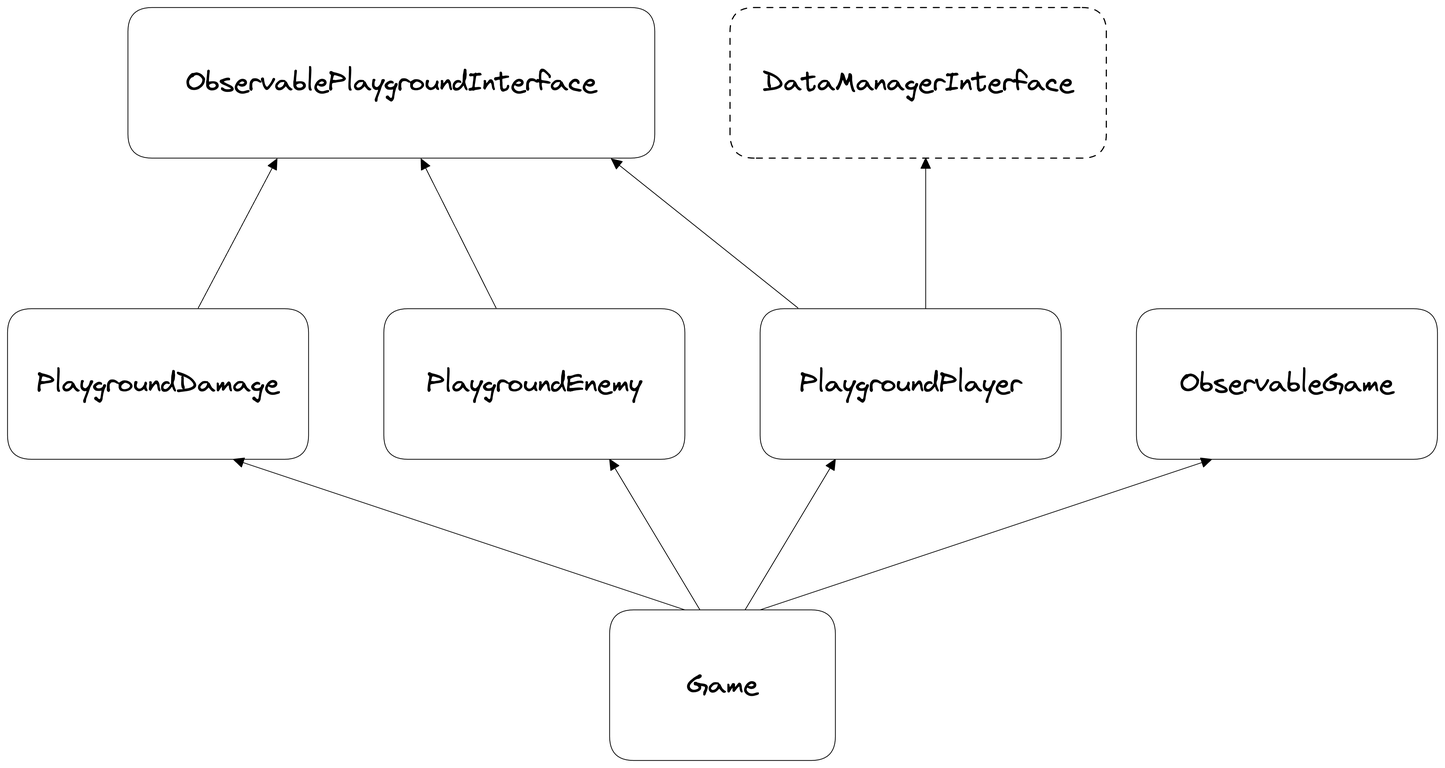
The Excalidraw diagram relazione_carlo/assets/game.png in NickP3lle/music_vs_robot, before a commit. Source tidied: one line per element, renumbered; positions are measured from the earlier drawing's top-left corner, leaving out a move shared by most shapes. Source of this version:
```json
{"id": 0, "type": "rectangle", "strokeColor": "#000000", "strokeWidth": 1, "roughness": 0, "round": true, "x": 1500, "y": 400, "width": 400, "height": 200}
{"id": 1, "type": "text", "text": "ObservableGame", "strokeColor": "#000000", "strokeWidth": 1, "roughness": 0, "fontSize": 36, "fontFamily": 1, "textAlign": "center", "verticalAlign": "middle", "inside": 0, "x": 1558, "y": 478, "width": 284, "height": 45}
{"id": 2, "type": "rectangle", "strokeColor": "#000000", "strokeWidth": 1, "roughness": 0, "round": true, "x": 160, "y": 0, "width": 700, "height": 200}
{"id": 3, "type": "text", "text": "ObservablePlaygroundInterface", "strokeColor": "#000000", "strokeWidth": 1, "roughness": 0, "fontSize": 36, "fontFamily": 1, "textAlign": "center", "verticalAlign": "middle", "inside": 2, "x": 237, "y": 78, "width": 546, "height": 45}
{"id": 4, "type": "rectangle", "strokeColor": "#000000", "strokeWidth": 1, "roughness": 0, "round": true, "x": 0, "y": 400, "width": 400, "height": 200}
{"id": 5, "type": "text", "text": "PlaygroundDamage", "strokeColor": "#000000", "strokeWidth": 1, "roughness": 0, "fontSize": 36, "fontFamily": 1, "textAlign": "center", "verticalAlign": "middle", "inside": 4, "x": 39, "y": 478, "width": 322, "height": 45}
{"id": 6, "type": "rectangle", "strokeColor": "#000000", "strokeWidth": 1, "roughness": 0, "round": true, "x": 500, "y": 400, "width": 400, "height": 200}
{"id": 7, "type": "text", "text": "PlaygroundEnemy", "strokeColor": "#000000", "strokeWidth": 1, "roughness": 0, "fontSize": 36, "fontFamily": 1, "textAlign": "center", "verticalAlign": "middle", "inside": 6, "x": 557, "y": 478, "width": 286, "height": 45}
{"id": 8, "type": "rectangle", "strokeColor": "#000000", "strokeWidth": 1, "roughness": 0, "round": true, "x": 1000, "y": 400, "width": 400, "height": 200}
{"id": 9, "type": "text", "text": "PlaygroundPlayer", "strokeColor": "#000000", "strokeWidth": 1, "roughness": 0, "fontSize": 36, "fontFamily": 1, "textAlign": "center", "verticalAlign": "middle", "inside": 8, "x": 1053, "y": 478, "width": 295, "height": 45}
{"id": 10, "type": "rectangle", "strokeColor": "#000000", "strokeWidth": 1, "roughness": 0, "round": true, "x": 800, "y": 800, "width": 300, "height": 200}
{"id": 11, "type": "text", "text": "Game", "strokeColor": "#000000", "strokeWidth": 1, "roughness": 0, "fontSize": 36, "fontFamily": 1, "textAlign": "center", "verticalAlign": "middle", "inside": 10, "x": 903, "y": 878, "width": 95, "height": 45}
{"id": 12, "type": "arrow", "strokeColor": "#000000", "strokeWidth": 1, "roughness": 0, "endArrowhead": "triangle", "round": true, "from": 4, "to": 2, "x": 253, "y": 399, "width": 105, "height": 198, "points": [[0, 0], [105, -198]]}
{"id": 13, "type": "arrow", "strokeColor": "#000000", "strokeWidth": 1, "roughness": 0, "endArrowhead": "triangle", "round": true, "from": 6, "to": 2, "x": 649, "y": 399, "width": 100, "height": 198, "points": [[0, 0], [-100, -198]]}
{"id": 14, "type": "arrow", "strokeColor": "#000000", "strokeWidth": 1, "roughness": 0, "endArrowhead": "triangle", "round": true, "from": 8, "to": 2, "x": 1050, "y": 399, "width": 248, "height": 198, "points": [[0, 0], [-248, -198]]}
{"id": 15, "type": "arrow", "strokeColor": "#000000", "strokeWidth": 1, "roughness": 0, "endArrowhead": "triangle", "round": true, "from": 10, "to": 4, "x": 900, "y": 800, "width": 600, "height": 200, "points": [[0, 0], [-600, -200]]}
{"id": 16, "type": "arrow", "strokeColor": "#000000", "strokeWidth": 1, "roughness": 0, "endArrowhead": "triangle", "round": true, "from": 10, "to": 6, "x": 920, "y": 800, "width": 120, "height": 200, "points": [[0, 0], [-120, -200]]}
{"id": 17, "type": "arrow", "strokeColor": "#000000", "strokeWidth": 1, "roughness": 0, "endArrowhead": "triangle", "round": true, "from": 10, "to": 8, "x": 980, "y": 800, "width": 120, "height": 200, "points": [[0, 0], [120, -200]]}
{"id": 18, "type": "arrow", "strokeColor": "#000000", "strokeWidth": 1, "roughness": 0, "endArrowhead": "triangle", "round": true, "from": 10, "to": 0, "x": 1000, "y": 800, "width": 600, "height": 200, "points": [[0, 0], [600, -200]]}
{"id": 19, "type": "rectangle", "strokeColor": "#000000", "strokeWidth": 1, "strokeStyle": "dashed", "roughness": 0, "round": true, "x": 960, "y": 0, "width": 500, "height": 200}
{"id": 20, "type": "text", "text": "DataManagerInterface", "strokeColor": "#000000", "strokeWidth": 1, "roughness": 0, "fontSize": 36, "fontFamily": 1, "textAlign": "center", "verticalAlign": "middle", "inside": 19, "x": 1003, "y": 78, "width": 413, "height": 45}
{"id": 21, "type": "arrow", "strokeColor": "#000000", "strokeWidth": 1, "roughness": 0, "endArrowhead": "triangle", "round": true, "x": 1220, "y": 400, "width": 0, "height": 200, "points": [[0, 0], [0, -200]]}
```
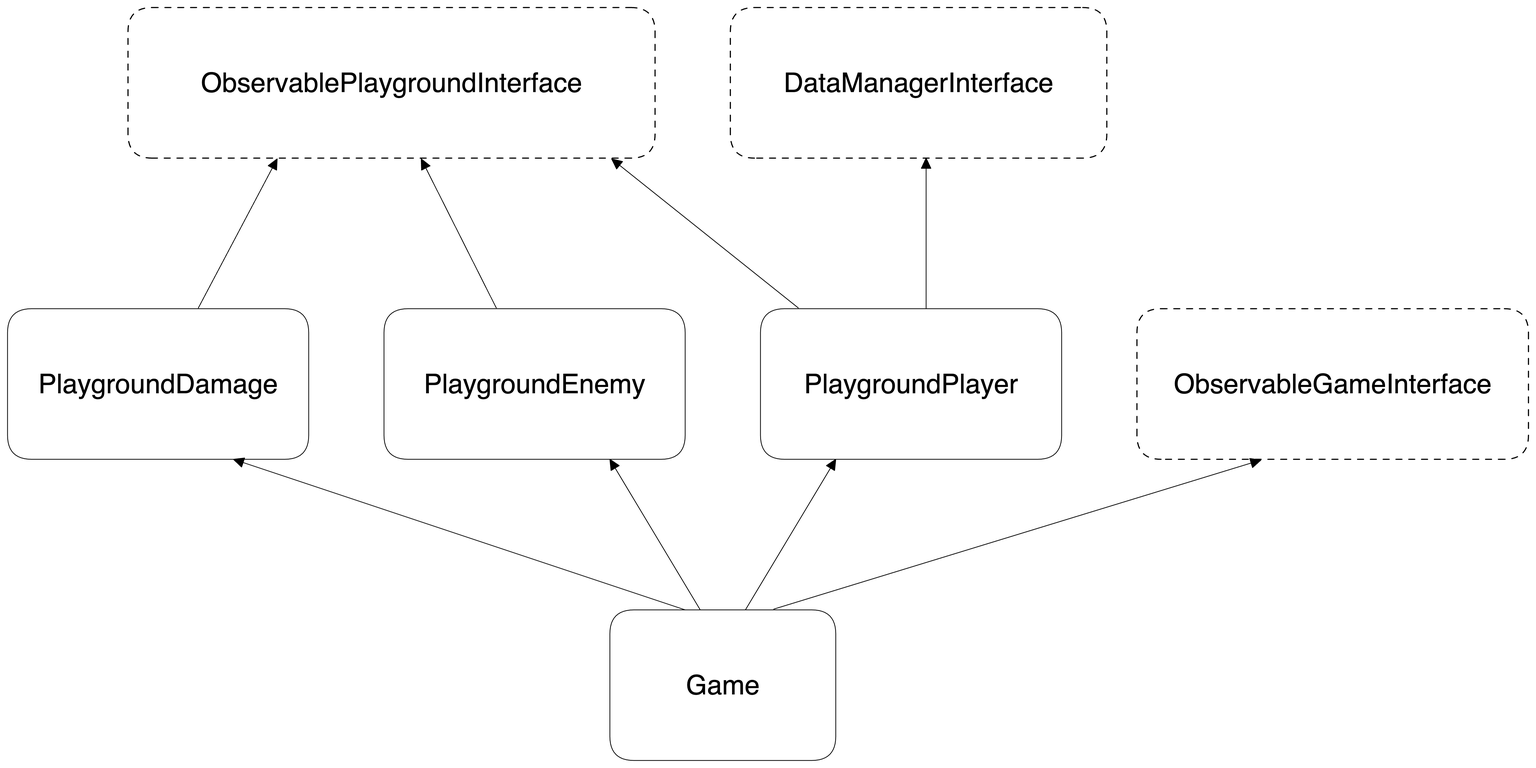
Later version of the same file.

Change to the diagram source:
```diff
@@ -1,22 +1,22 @@
-{"id": 0, "type": "rectangle", "strokeColor": "#000000", "strokeWidth": 1, "roughness": 0, "round": true, "x": 1500, "y": 400, "width": 400, "height": 200}
+{"id": 0, "type": "rectangle", "strokeColor": "#000000", "strokeWidth": 1, "strokeStyle": "dashed", "roughness": 0, "round": true, "x": 1500, "y": 400, "width": 520, "height": 200}
-{"id": 1, "type": "text", "text": "ObservableGame", "strokeColor": "#000000", "strokeWidth": 1, "roughness": 0, "fontSize": 36, "fontFamily": 1, "textAlign": "center", "verticalAlign": "middle", "inside": 0, "x": 1558, "y": 478, "width": 284, "height": 45}
+{"id": 1, "type": "text", "text": "ObservableGameInterface", "strokeColor": "#000000", "strokeWidth": 1, "roughness": 0, "fontSize": 36, "fontFamily": 2, "textAlign": "center", "verticalAlign": "middle", "inside": 0, "x": 1549, "y": 479, "width": 422, "height": 41}
-{"id": 2, "type": "rectangle", "strokeColor": "#000000", "strokeWidth": 1, "roughness": 0, "round": true, "x": 160, "y": 0, "width": 700, "height": 200}
+{"id": 2, "type": "rectangle", "strokeColor": "#000000", "strokeWidth": 1, "strokeStyle": "dashed", "roughness": 0, "round": true, "x": 160, "y": 0, "width": 700, "height": 200}
-{"id": 3, "type": "text", "text": "ObservablePlaygroundInterface", "strokeColor": "#000000", "strokeWidth": 1, "roughness": 0, "fontSize": 36, "fontFamily": 1, "textAlign": "center", "verticalAlign": "middle", "inside": 2, "x": 237, "y": 78, "width": 546, "height": 45}
+{"id": 3, "type": "text", "text": "ObservablePlaygroundInterface", "strokeColor": "#000000", "strokeWidth": 1, "roughness": 0, "fontSize": 36, "fontFamily": 2, "textAlign": "center", "verticalAlign": "middle", "inside": 2, "x": 257, "y": 79, "width": 506, "height": 41}
 {"id": 4, "type": "rectangle", "strokeColor": "#000000", "strokeWidth": 1, "roughness": 0, "round": true, "x": 0, "y": 400, "width": 400, "height": 200}
-{"id": 5, "type": "text", "text": "PlaygroundDamage", "strokeColor": "#000000", "strokeWidth": 1, "roughness": 0, "fontSize": 36, "fontFamily": 1, "textAlign": "center", "verticalAlign": "middle", "inside": 4, "x": 39, "y": 478, "width": 322, "height": 45}
+{"id": 5, "type": "text", "text": "PlaygroundDamage", "strokeColor": "#000000", "strokeWidth": 1, "roughness": 0, "fontSize": 36, "fontFamily": 2, "textAlign": "center", "verticalAlign": "middle", "inside": 4, "x": 41, "y": 479, "width": 318, "height": 41}
 {"id": 6, "type": "rectangle", "strokeColor": "#000000", "strokeWidth": 1, "roughness": 0, "round": true, "x": 500, "y": 400, "width": 400, "height": 200}
-{"id": 7, "type": "text", "text": "PlaygroundEnemy", "strokeColor": "#000000", "strokeWidth": 1, "roughness": 0, "fontSize": 36, "fontFamily": 1, "textAlign": "center", "verticalAlign": "middle", "inside": 6, "x": 557, "y": 478, "width": 286, "height": 45}
+{"id": 7, "type": "text", "text": "PlaygroundEnemy", "strokeColor": "#000000", "strokeWidth": 1, "roughness": 0, "fontSize": 36, "fontFamily": 2, "textAlign": "center", "verticalAlign": "middle", "inside": 6, "x": 553, "y": 479, "width": 294, "height": 41}
 {"id": 8, "type": "rectangle", "strokeColor": "#000000", "strokeWidth": 1, "roughness": 0, "round": true, "x": 1000, "y": 400, "width": 400, "height": 200}
-{"id": 9, "type": "text", "text": "PlaygroundPlayer", "strokeColor": "#000000", "strokeWidth": 1, "roughness": 0, "fontSize": 36, "fontFamily": 1, "textAlign": "center", "verticalAlign": "middle", "inside": 8, "x": 1053, "y": 478, "width": 295, "height": 45}
+{"id": 9, "type": "text", "text": "PlaygroundPlayer", "strokeColor": "#000000", "strokeWidth": 1, "roughness": 0, "fontSize": 36, "fontFamily": 2, "textAlign": "center", "verticalAlign": "middle", "inside": 8, "x": 1058, "y": 479, "width": 284, "height": 41}
 {"id": 10, "type": "rectangle", "strokeColor": "#000000", "strokeWidth": 1, "roughness": 0, "round": true, "x": 800, "y": 800, "width": 300, "height": 200}
-{"id": 11, "type": "text", "text": "Game", "strokeColor": "#000000", "strokeWidth": 1, "roughness": 0, "fontSize": 36, "fontFamily": 1, "textAlign": "center", "verticalAlign": "middle", "inside": 10, "x": 903, "y": 878, "width": 95, "height": 45}
+{"id": 11, "type": "text", "text": "Game", "strokeColor": "#000000", "strokeWidth": 1, "roughness": 0, "fontSize": 36, "fontFamily": 2, "textAlign": "center", "verticalAlign": "middle", "inside": 10, "x": 901, "y": 879, "width": 98, "height": 41}
 {"id": 12, "type": "arrow", "strokeColor": "#000000", "strokeWidth": 1, "roughness": 0, "endArrowhead": "triangle", "round": true, "from": 4, "to": 2, "x": 253, "y": 399, "width": 105, "height": 198, "points": [[0, 0], [105, -198]]}
 {"id": 13, "type": "arrow", "strokeColor": "#000000", "strokeWidth": 1, "roughness": 0, "endArrowhead": "triangle", "round": true, "from": 6, "to": 2, "x": 649, "y": 399, "width": 100, "height": 198, "points": [[0, 0], [-100, -198]]}
 {"id": 14, "type": "arrow", "strokeColor": "#000000", "strokeWidth": 1, "roughness": 0, "endArrowhead": "triangle", "round": true, "from": 8, "to": 2, "x": 1050, "y": 399, "width": 248, "height": 198, "points": [[0, 0], [-248, -198]]}
 {"id": 15, "type": "arrow", "strokeColor": "#000000", "strokeWidth": 1, "roughness": 0, "endArrowhead": "triangle", "round": true, "from": 10, "to": 4, "x": 900, "y": 800, "width": 600, "height": 200, "points": [[0, 0], [-600, -200]]}
 {"id": 16, "type": "arrow", "strokeColor": "#000000", "strokeWidth": 1, "roughness": 0, "endArrowhead": "triangle", "round": true, "from": 10, "to": 6, "x": 920, "y": 800, "width": 120, "height": 200, "points": [[0, 0], [-120, -200]]}
 {"id": 17, "type": "arrow", "strokeColor": "#000000", "strokeWidth": 1, "roughness": 0, "endArrowhead": "triangle", "round": true, "from": 10, "to": 8, "x": 980, "y": 800, "width": 120, "height": 200, "points": [[0, 0], [120, -200]]}
-{"id": 18, "type": "arrow", "strokeColor": "#000000", "strokeWidth": 1, "roughness": 0, "endArrowhead": "triangle", "round": true, "from": 10, "to": 0, "x": 1000, "y": 800, "width": 600, "height": 200, "points": [[0, 0], [600, -200]]}
+{"id": 18, "type": "arrow", "strokeColor": "#000000", "strokeWidth": 1, "roughness": 0, "endArrowhead": "triangle", "round": true, "from": 10, "to": 0, "x": 1018, "y": 799, "width": 647, "height": 198, "points": [[0, 0], [647, -198]]}
 {"id": 19, "type": "rectangle", "strokeColor": "#000000", "strokeWidth": 1, "strokeStyle": "dashed", "roughness": 0, "round": true, "x": 960, "y": 0, "width": 500, "height": 200}
-{"id": 20, "type": "text", "text": "DataManagerInterface", "strokeColor": "#000000", "strokeWidth": 1, "roughness": 0, "fontSize": 36, "fontFamily": 1, "textAlign": "center", "verticalAlign": "middle", "inside": 19, "x": 1003, "y": 78, "width": 413, "height": 45}
+{"id": 20, "type": "text", "text": "DataManagerInterface", "strokeColor": "#000000", "strokeWidth": 1, "roughness": 0, "fontSize": 36, "fontFamily": 2, "textAlign": "center", "verticalAlign": "middle", "inside": 19, "x": 1031, "y": 79, "width": 358, "height": 41}
 {"id": 21, "type": "arrow", "strokeColor": "#000000", "strokeWidth": 1, "roughness": 0, "endArrowhead": "triangle", "round": true, "x": 1220, "y": 400, "width": 0, "height": 200, "points": [[0, 0], [0, -200]]}
```
